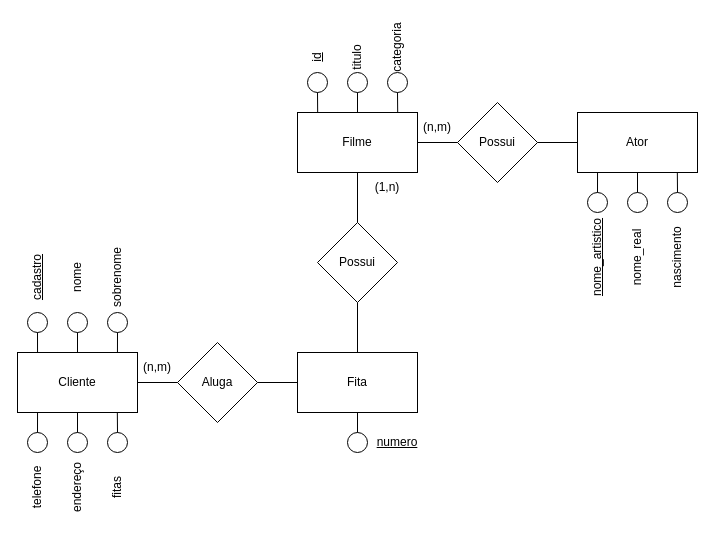
andreeeeeeeee/Engenharia_Software keeps this draw.io diagram as Lista1_28-03/Ex2.drawio. Above is the earlier version. Source tidied: cells renumbered, new cells numbered last; positions are measured from the earlier drawing's top-left corner, leaving out a move shared by most shapes. Both pictures are drawn from the tidied source at 100%, with x=0, y=0 at pixel (7, 32).
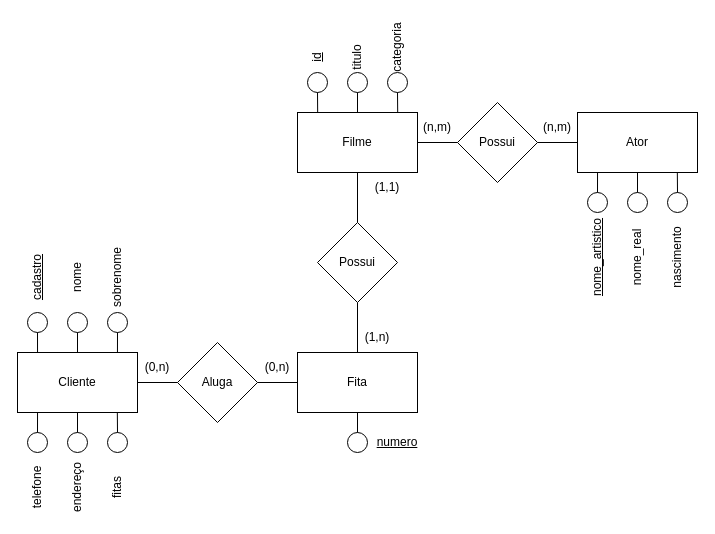
The same page after the edit.

The edit, as a diff of the source:
```diff
@@
-    <mxCell id="7" value="(1,n)" style="text;html=1;strokeColor=none;fillColor=none;align=center;verticalAlign=middle;whiteSpace=wrap;rounded=0;" parent="1" vertex="1">
+    <mxCell id="7" value="(1,1)" style="text;html=1;strokeColor=none;fillColor=none;align=center;verticalAlign=middle;whiteSpace=wrap;rounded=0;" parent="1" vertex="1">
       <mxGeometry x="350" y="140" width="60" height="30" as="geometry" />
     </mxCell>
@@
-    <mxCell id="12" value="(n,m)" style="text;html=1;strokeColor=none;fillColor=none;align=center;verticalAlign=middle;whiteSpace=wrap;rounded=0;" parent="1" vertex="1">
-      <mxGeometry x="120" y="320" width="60" height="30" as="geometry" />
+    <mxCell id="12" value="(0,n)" style="text;html=1;strokeColor=none;fillColor=none;align=center;verticalAlign=middle;whiteSpace=wrap;rounded=0;" parent="1" vertex="1">
+      <mxGeometry x="240" y="320" width="60" height="30" as="geometry" />
     </mxCell>
@@
+    <mxCell id="57" value="(0,n)" style="text;html=1;strokeColor=none;fillColor=none;align=center;verticalAlign=middle;whiteSpace=wrap;rounded=0;" parent="1" vertex="1">
+      <mxGeometry x="120" y="320" width="60" height="30" as="geometry" />
+    </mxCell>
+    <mxCell id="58" value="(1,n)" style="text;html=1;strokeColor=none;fillColor=none;align=center;verticalAlign=middle;whiteSpace=wrap;rounded=0;" parent="1" vertex="1">
+      <mxGeometry x="340" y="290" width="60" height="30" as="geometry" />
+    </mxCell>
+    <mxCell id="59" value="(n,m)" style="text;html=1;strokeColor=none;fillColor=none;align=center;verticalAlign=middle;whiteSpace=wrap;rounded=0;" parent="1" vertex="1">
+      <mxGeometry x="520" y="80" width="60" height="30" as="geometry" />
+    </mxCell>
```
